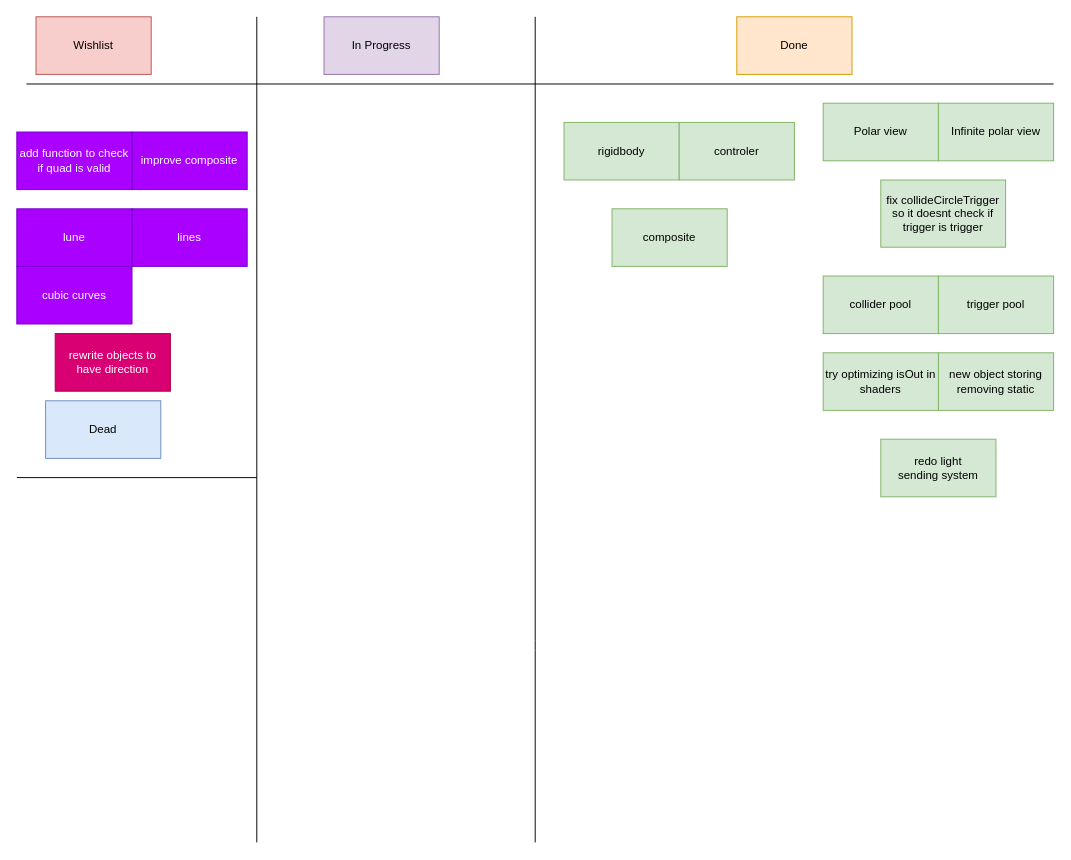
Tucan444/Sphericalia keeps this draw.io diagram as Sphericalia/Assets/Scripts/Sphericalia/Drawio/features.drawio. Above is the earlier version. Source tidied: cells renumbered, new cells numbered last; positions are measured from the earlier drawing's top-left corner, leaving out a move shared by most shapes. Both pictures are drawn from the tidied source at 96%, with x=0, y=0 at pixel (16, 16).
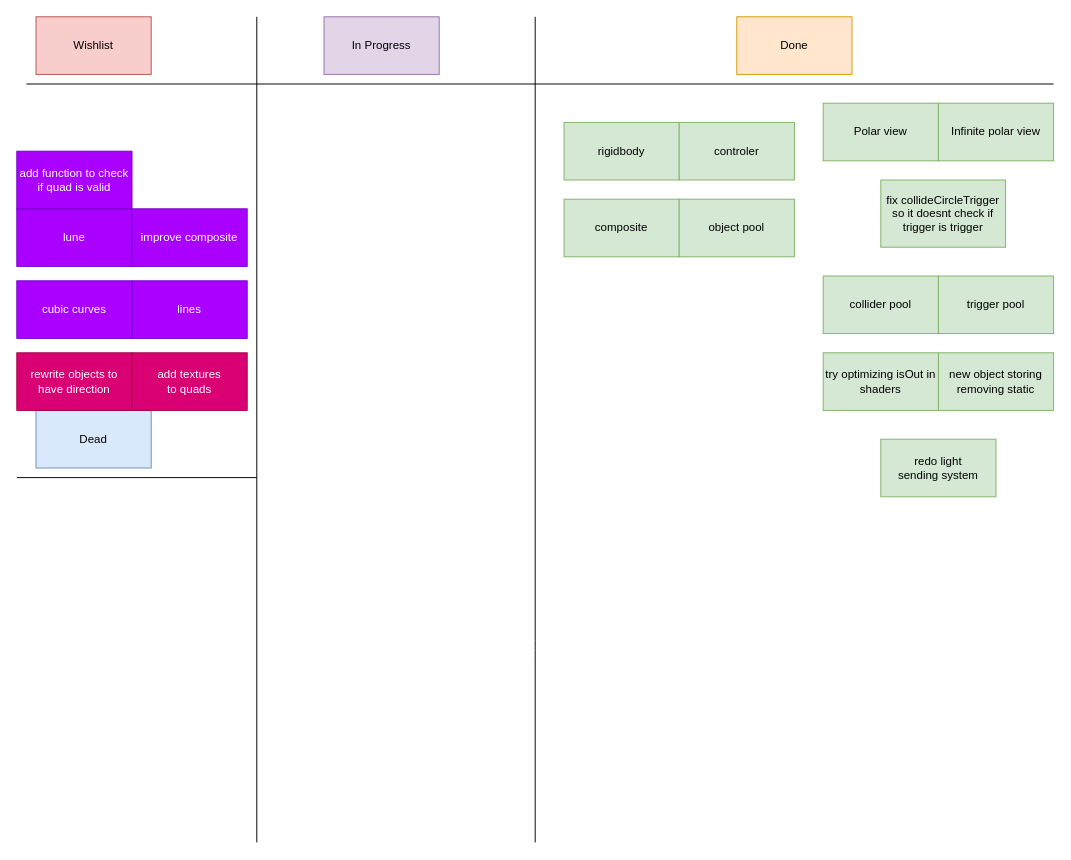
Above is the later version.

The edit, as a diff of the source:
```diff
@@
     <mxCell id="5" value="Dead" style="rounded=0;whiteSpace=wrap;html=1;fillColor=#dae8fc;strokeColor=#6c8ebf;" parent="1" vertex="1">
-      <mxGeometry x="30" y="400" width="120" height="60" as="geometry" />
+      <mxGeometry x="20" y="410" width="120" height="60" as="geometry" />
     </mxCell>
@@
     <mxCell id="15" value="lines" style="rounded=0;whiteSpace=wrap;html=1;fillColor=#aa00ff;strokeColor=#7700CC;fontColor=#ffffff;" parent="1" vertex="1">
-      <mxGeometry x="120" y="200" width="120" height="60" as="geometry" />
+      <mxGeometry x="120" y="275" width="120" height="60" as="geometry" />
     </mxCell>
     <mxCell id="16" value="cubic curves" style="rounded=0;whiteSpace=wrap;html=1;fillColor=#aa00ff;strokeColor=#7700CC;fontColor=#ffffff;" parent="1" vertex="1">
-      <mxGeometry y="260" width="120" height="60" as="geometry" />
+      <mxGeometry y="275" width="120" height="60" as="geometry" />
     </mxCell>
@@
     <mxCell id="22" value="composite" style="rounded=0;whiteSpace=wrap;html=1;fillColor=#d5e8d4;strokeColor=#82b366;" parent="1" vertex="1">
-      <mxGeometry x="620" y="200" width="120" height="60" as="geometry" />
+      <mxGeometry x="570" y="190" width="120" height="60" as="geometry" />
     </mxCell>
@@
     <mxCell id="24" value="rewrite objects to have direction" style="rounded=0;whiteSpace=wrap;html=1;fillColor=#d80073;strokeColor=#A50040;fontColor=#ffffff;" parent="1" vertex="1">
-      <mxGeometry x="40" y="330" width="120" height="60" as="geometry" />
+      <mxGeometry y="350" width="120" height="60" as="geometry" />
     </mxCell>
     <mxCell id="25" value="improve composite" style="rounded=0;whiteSpace=wrap;html=1;fillColor=#aa00ff;strokeColor=#7700CC;fontColor=#ffffff;" parent="1" vertex="1">
-      <mxGeometry x="120" y="120" width="120" height="60" as="geometry" />
+      <mxGeometry x="120" y="200" width="120" height="60" as="geometry" />
     </mxCell>
     <mxCell id="26" value="add function to check if quad is valid" style="rounded=0;whiteSpace=wrap;html=1;fillColor=#aa00ff;strokeColor=#7700CC;fontColor=#ffffff;" parent="1" vertex="1">
-      <mxGeometry y="120" width="120" height="60" as="geometry" />
+      <mxGeometry y="140" width="120" height="60" as="geometry" />
     </mxCell>
+    <mxCell id="27" value="add textures &lt;br&gt;to quads" style="rounded=0;whiteSpace=wrap;html=1;fillColor=#d80073;strokeColor=#A50040;fontColor=#ffffff;" parent="1" vertex="1">
+      <mxGeometry x="120" y="350" width="120" height="60" as="geometry" />
+    </mxCell>
+    <mxCell id="28" value="object pool" style="rounded=0;whiteSpace=wrap;html=1;fillColor=#d5e8d4;strokeColor=#82b366;" parent="1" vertex="1">
+      <mxGeometry x="690" y="190" width="120" height="60" as="geometry" />
+    </mxCell>
```
